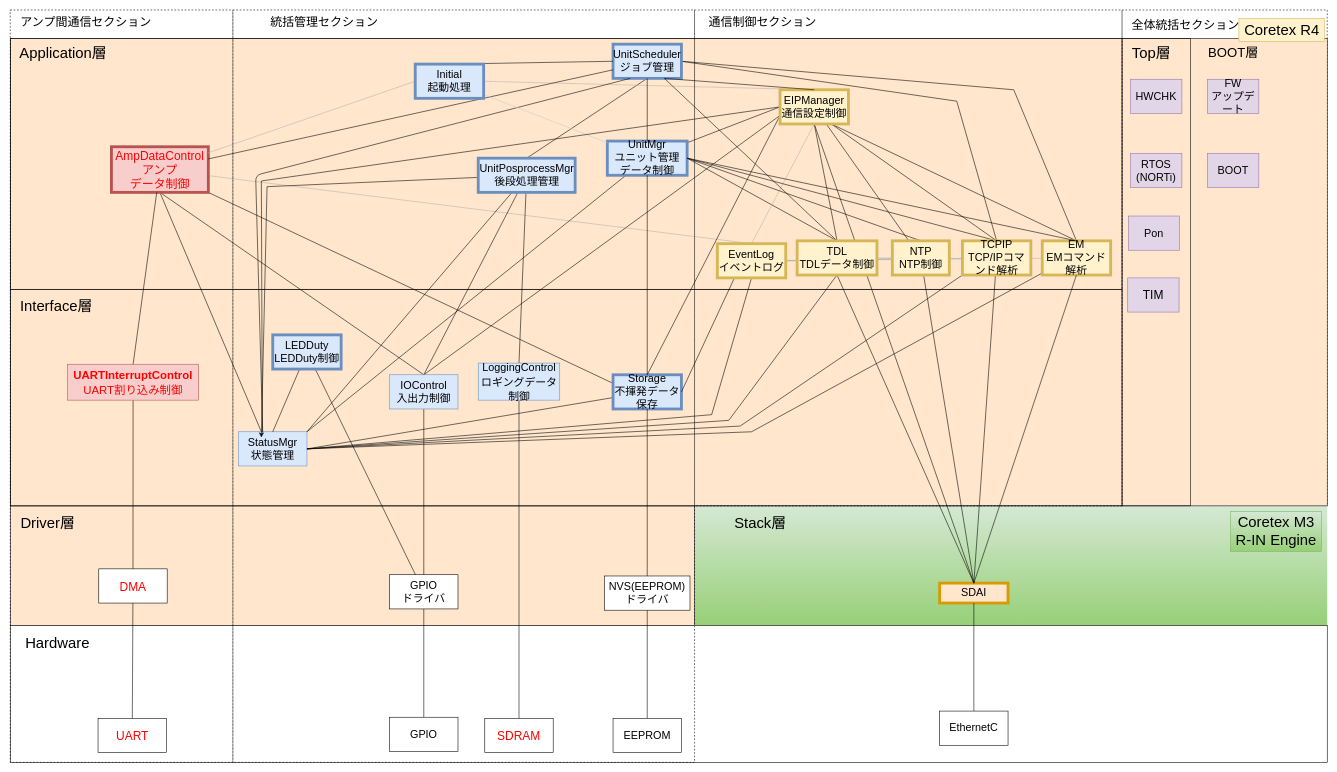
Above: page "RevG_NewスマNWU静的構造_完全版" (1 of 4) of NWユニット_アーキテクチャ図.drawio in YutaSuzukiGARI/nwunit (draw.io), before the change. Source tidied: cells renumbered, new cells numbered last; positions are measured from the earlier drawing's top-left corner, leaving out a move shared by most shapes. Both pictures are drawn from the tidied source at 57%, with x=0, y=0 at pixel (10, 10).
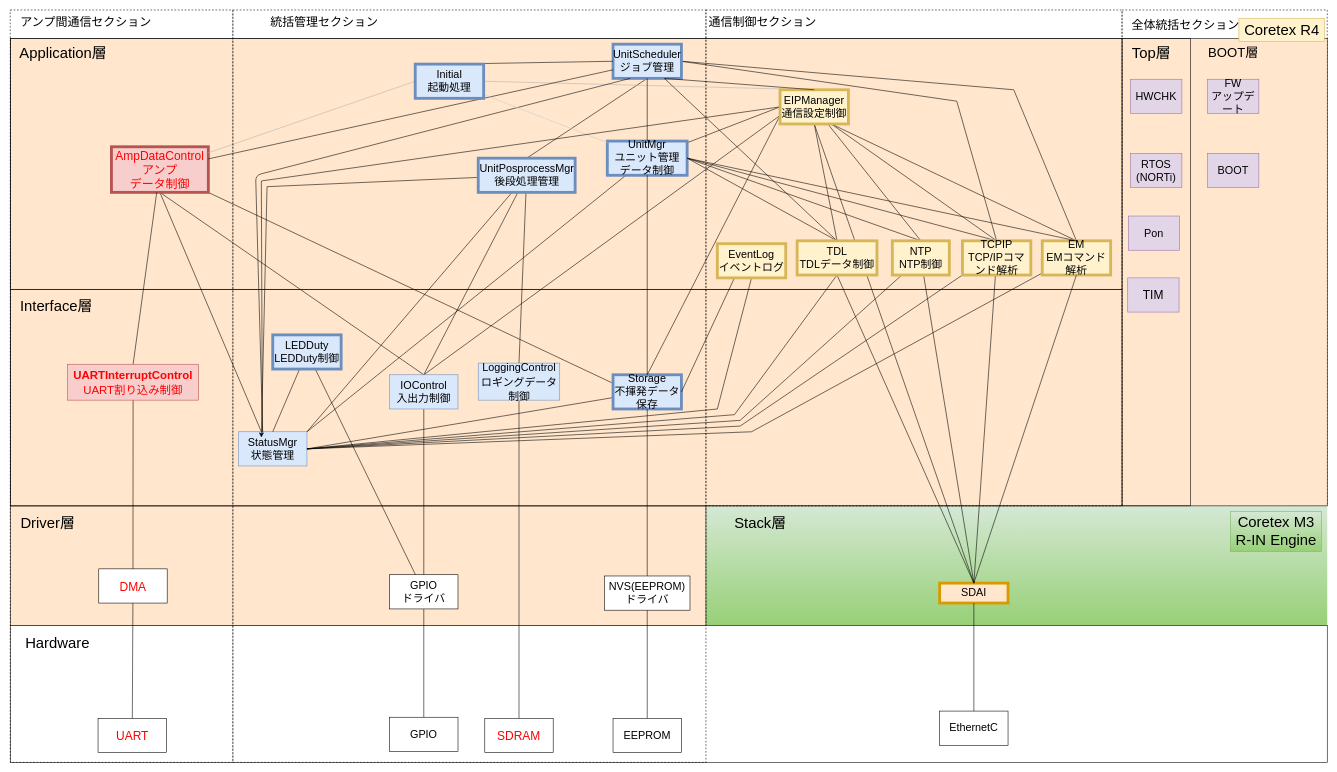
The same diagram, later.

Commit message:
NTPから状態管理コンポへの線を追加

Unchanged cells that the change refers to:
```xml
<mxCell id="16" value="AmpDataControl&lt;br&gt;アンプ&lt;br&gt;データ制御" style="rounded=0;whiteSpace=wrap;html=1;fillColor=#f8cecc;strokeColor=#b85450;fontColor=#FF0000;fontSize=21;strokeWidth=5;" parent="1" vertex="1">
  <mxGeometry x="177" y="240" width="170" height="80" as="geometry" />
</mxCell>
<mxCell id="22" value="StatusMgr&lt;br style=&quot;font-size: 19px&quot;&gt;状態管理" style="rounded=0;whiteSpace=wrap;html=1;fillColor=#dae8fc;strokeColor=#6c8ebf;fontSize=19;fontColor=default;" parent="1" vertex="1">
  <mxGeometry x="400" y="740" width="120" height="60" as="geometry" />
</mxCell>
<mxCell id="29" value="EM&lt;br style=&quot;font-size: 19px;&quot;&gt;EMコマンド解析" style="rounded=0;whiteSpace=wrap;html=1;fillColor=#fff2cc;strokeColor=#d6b656;fontSize=19;strokeWidth=5;fontColor=default;" parent="1" vertex="1">
  <mxGeometry x="1810" y="405" width="120" height="60" as="geometry" />
</mxCell>
<mxCell id="85" value="EventLog&lt;br&gt;イベントログ" style="rounded=0;whiteSpace=wrap;html=1;fillColor=#fff2cc;strokeColor=#d6b656;fontSize=19;strokeWidth=5;fontColor=default;" parent="1" vertex="1">
  <mxGeometry x="1240" y="410" width="120" height="60" as="geometry" />
</mxCell>
<mxCell id="99" value="EIPManager&lt;br style=&quot;font-size: 19px;&quot;&gt;通信設定制御" style="rounded=0;whiteSpace=wrap;html=1;fillColor=#fff2cc;strokeColor=#d6b656;fontSize=19;strokeWidth=5;fontColor=default;" parent="1" vertex="1">
  <mxGeometry x="1350" y="140" width="120" height="60" as="geometry" />
</mxCell>
<mxCell id="102" value="TDL&lt;br style=&quot;font-size: 19px;&quot;&gt;TDLデータ制御" style="rounded=0;whiteSpace=wrap;html=1;fillColor=#fff2cc;strokeColor=#d6b656;fontSize=19;strokeWidth=5;fontColor=default;" parent="1" vertex="1">
  <mxGeometry x="1380" y="405" width="140" height="60" as="geometry" />
</mxCell>
<mxCell id="108" value="&lt;font style=&quot;font-size: 19px;&quot;&gt;TCPIP&lt;br style=&quot;font-size: 19px;&quot;&gt;TCP/IPコマンド解析&lt;/font&gt;" style="rounded=0;whiteSpace=wrap;html=1;fillColor=#fff2cc;strokeColor=#d6b656;fontSize=19;strokeWidth=5;fontColor=default;" parent="1" vertex="1">
  <mxGeometry x="1670" y="405" width="120" height="60" as="geometry" />
</mxCell>
<mxCell id="122" value="NTP&lt;br&gt;NTP制御" style="rounded=0;whiteSpace=wrap;html=1;fillColor=#fff2cc;strokeColor=#d6b656;fontSize=19;strokeWidth=5;fontColor=default;" parent="1" vertex="1">
  <mxGeometry x="1547" y="405" width="100" height="60" as="geometry" />
</mxCell>
```

Change to the diagram source:
```diff
@@
+    <mxCell id="123" style="edgeStyle=none;rounded=0;jettySize=auto;html=1;endArrow=none;endFill=0;strokeColor=#000000;" parent="1" edge="1" source="4" target="110">
+      <mxGeometry relative="1" as="geometry" />
+    </mxCell>
     <mxCell id="4" style="rounded=0;whiteSpace=wrap;html=1;fillColor=#d5e8d4;fontSize=19;strokeColor=none;gradientColor=#97d077;fontColor=default;" parent="1" vertex="1">
-      <mxGeometry x="1200" y="870" width="1110" height="210" as="geometry" />
+      <mxGeometry x="1220" y="870" width="1090" height="210" as="geometry" />
     </mxCell>
@@
     <mxCell id="6" style="rounded=0;whiteSpace=wrap;html=1;fillColor=#ffe6cc;fontSize=19;strokeColor=default;fontColor=default;" parent="1" vertex="1">
-      <mxGeometry y="870" width="1200" height="210" as="geometry" />
+      <mxGeometry y="870" width="1220" height="210" as="geometry" />
     </mxCell>
@@
-    <mxCell id="12" style="edgeStyle=none;rounded=0;jettySize=auto;html=1;endArrow=none;endFill=0;entryX=0.5;entryY=0;entryDx=0;entryDy=0;strokeColor=#B3B3B3;" parent="1" edge="1" source="16" target="85">
-      <mxGeometry relative="1" as="geometry" />
-    </mxCell>
@@
-    <mxCell id="23" style="edgeStyle=none;rounded=0;jettySize=auto;html=1;entryX=0.5;entryY=0;entryDx=0;entryDy=0;endArrow=none;endFill=0;exitX=0.5;exitY=1;exitDx=0;exitDy=0;strokeColor=#B3B3B3;" parent="1" edge="1" source="99" target="85">
-      <mxGeometry relative="1" as="geometry" />
-    </mxCell>
-    <mxCell id="24" style="edgeStyle=none;rounded=0;jettySize=auto;html=1;entryX=1;entryY=0.5;entryDx=0;entryDy=0;endArrow=none;endFill=0;strokeColor=#B3B3B3;startArrow=none;" parent="1" edge="1" source="108" target="85">
-      <mxGeometry relative="1" as="geometry" />
-    </mxCell>
@@
-    <mxCell id="28" style="edgeStyle=none;rounded=0;jettySize=auto;html=1;endArrow=none;endFill=0;strokeColor=#B3B3B3;" parent="1" edge="1" source="29" target="85">
-      <mxGeometry relative="1" as="geometry" />
-    </mxCell>
@@
-    <mxCell id="37" style="edgeStyle=none;rounded=0;jettySize=auto;html=1;entryX=1;entryY=0.5;entryDx=0;entryDy=0;endArrow=none;endFill=0;strokeColor=#B3B3B3;startArrow=none;" parent="1" edge="1" source="122" target="85">
-      <mxGeometry relative="1" as="geometry" />
-    </mxCell>
@@
-    <mxCell id="70" style="edgeStyle=none;rounded=0;jettySize=auto;html=1;entryX=1;entryY=0.5;entryDx=0;entryDy=0;endArrow=none;endFill=0;fontColor=#FF0000;strokeColor=#B3B3B3;" parent="1" edge="1" source="108" target="85">
-      <mxGeometry relative="1" as="geometry" />
-    </mxCell>
@@
     <mxCell id="84" style="edgeStyle=none;rounded=0;jettySize=auto;html=1;entryX=1;entryY=0.5;entryDx=0;entryDy=0;startArrow=none;startFill=0;endArrow=none;endFill=0;exitX=0.5;exitY=1;exitDx=0;exitDy=0;" parent="1" edge="1" source="85" target="22">
       <mxGeometry relative="1" as="geometry">
         <Array as="points">
-          <mxPoint x="1230" y="710" />
+          <mxPoint x="1240" y="700" />
         </Array>
       </mxGeometry>
     </mxCell>
@@
-    <mxCell id="98" style="edgeStyle=none;rounded=0;jettySize=auto;html=1;endArrow=none;endFill=0;" parent="1" edge="1" source="99" target="122">
+    <mxCell id="98" style="edgeStyle=none;rounded=0;jettySize=auto;html=1;endArrow=none;endFill=0;entryX=0.5;entryY=0;entryDx=0;entryDy=0;" parent="1" edge="1" source="99" target="122">
       <mxGeometry relative="1" as="geometry" />
     </mxCell>
@@
     <mxCell id="101" style="edgeStyle=none;rounded=0;jettySize=auto;html=1;entryX=1;entryY=0.5;entryDx=0;entryDy=0;startArrow=none;startFill=0;endArrow=none;endFill=0;exitX=0.5;exitY=1;exitDx=0;exitDy=0;" parent="1" edge="1" source="102" target="22">
       <mxGeometry relative="1" as="geometry">
         <Array as="points">
-          <mxPoint x="1260" y="720" />
+          <mxPoint x="1270" y="710" />
         </Array>
       </mxGeometry>
     </mxCell>
@@
     <mxCell id="109" style="rounded=0;whiteSpace=wrap;html=1;fillColor=none;dashed=1;strokeColor=default;fontColor=default;" parent="1" vertex="1">
-      <mxGeometry x="1200" width="750" height="870" as="geometry" />
+      <mxGeometry x="1220" width="730" height="870" as="geometry" />
     </mxCell>
     <mxCell id="110" style="rounded=0;whiteSpace=wrap;html=1;fillColor=none;dashed=1;strokeColor=default;fontColor=default;" parent="1" vertex="1">
-      <mxGeometry x="390" width="810" height="1320" as="geometry" />
+      <mxGeometry x="390" width="830" height="1320" as="geometry" />
     </mxCell>
@@
-    <mxCell id="120" style="edgeStyle=none;rounded=0;jettySize=auto;html=1;entryX=1;entryY=0.5;entryDx=0;entryDy=0;endArrow=none;endFill=0;strokeColor=#B3B3B3;" parent="1" edge="1" source="102" target="122">
-      <mxGeometry relative="1" as="geometry" />
-    </mxCell>
@@
+    <mxCell id="124" style="edgeStyle=none;rounded=0;jettySize=auto;html=1;entryX=1;entryY=0.5;entryDx=0;entryDy=0;endArrow=none;endFill=0;strokeColor=#000000;" parent="1" edge="1" source="122" target="22">
+      <mxGeometry relative="1" as="geometry">
+        <Array as="points">
+          <mxPoint x="1280" y="720" />
+        </Array>
+      </mxGeometry>
+    </mxCell>
```
